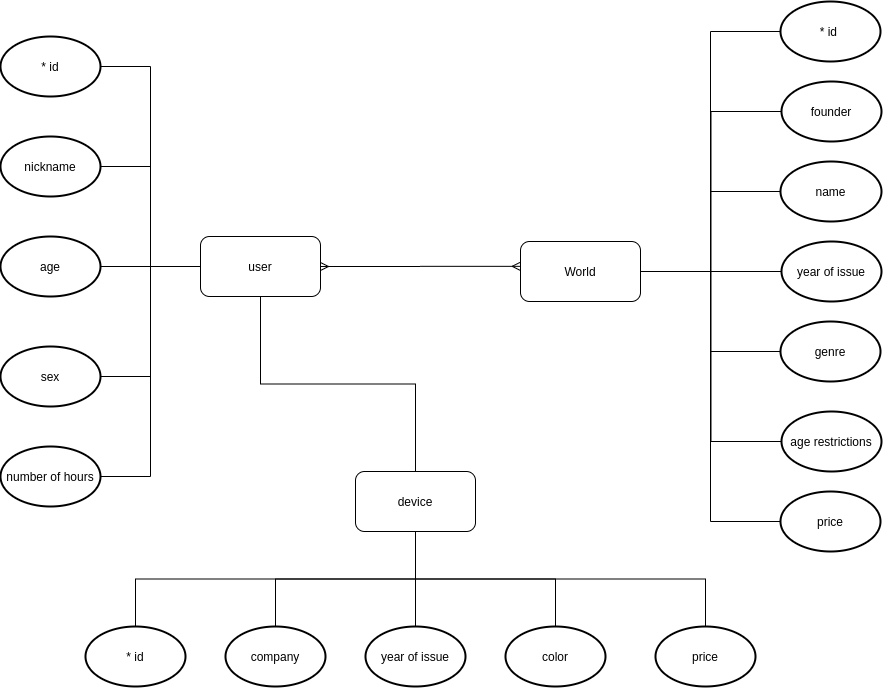
Earlier version of the draw.io export lab_01/ER-Diagram2.png (Sunshine-ki/BMSTU5_DB). Source tidied: cells renumbered, new cells last; positions are measured from the earlier drawing's top-left corner, leaving out a move shared by most shapes.
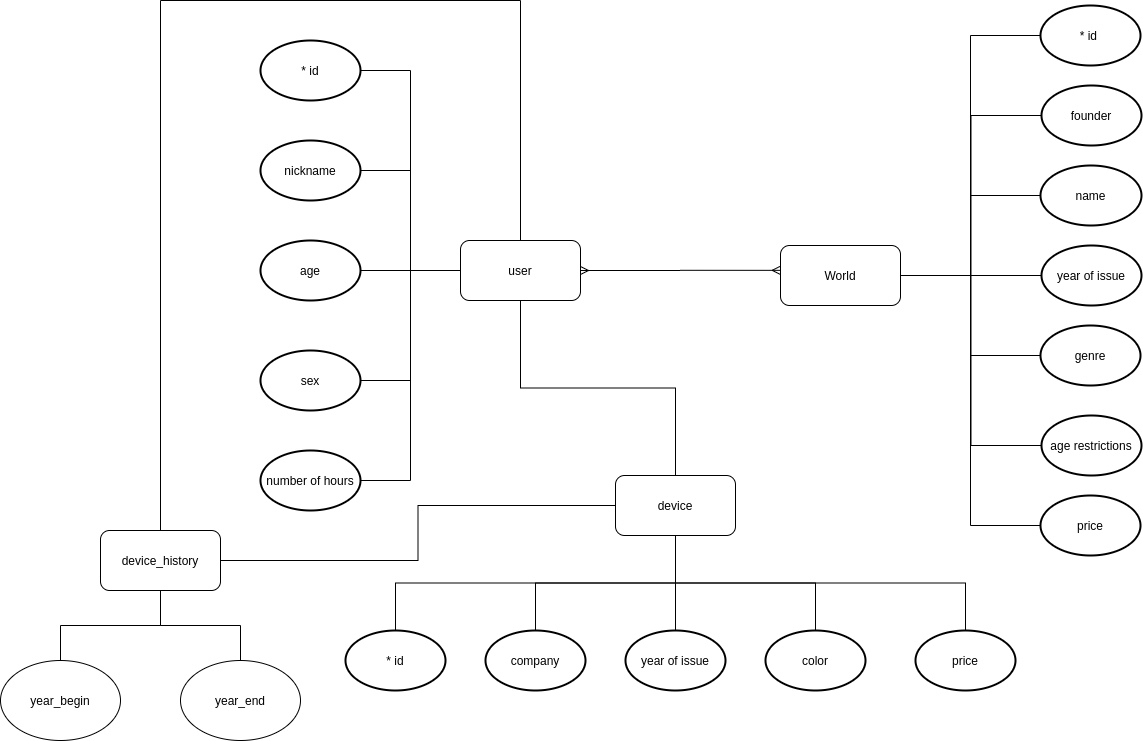
After the commit.

The edit, as a diff of the source:
```diff
@@ -119,5 +119,31 @@
     <mxCell id="40" value="company" style="strokeWidth=2;html=1;shape=mxgraph.flowchart.start_1;whiteSpace=wrap;" parent="1" vertex="1">
       <mxGeometry x="225" y="625" width="100" height="60" as="geometry" />
     </mxCell>
+    <mxCell id="41" value="year_end" style="ellipse;whiteSpace=wrap;html=1;" parent="1" vertex="1">
+      <mxGeometry x="-80" y="655" width="120" height="80" as="geometry" />
+    </mxCell>
+    <mxCell id="42" value="year_begin" style="ellipse;whiteSpace=wrap;html=1;" parent="1" vertex="1">
+      <mxGeometry x="-260" y="655" width="120" height="80" as="geometry" />
+    </mxCell>
+    <mxCell id="43" style="edgeStyle=orthogonalEdgeStyle;rounded=0;jettySize=auto;html=1;endArrow=none;endFill=0;" parent="1" edge="1" source="47" target="42">
+      <mxGeometry relative="1" as="geometry" />
+    </mxCell>
+    <mxCell id="44" style="edgeStyle=orthogonalEdgeStyle;rounded=0;jettySize=auto;html=1;exitX=0.5;exitY=1;exitDx=0;exitDy=0;entryX=0.5;entryY=0;entryDx=0;entryDy=0;endArrow=none;endFill=0;" parent="1" edge="1" source="47" target="41">
+      <mxGeometry relative="1" as="geometry" />
+    </mxCell>
+    <mxCell id="45" style="edgeStyle=orthogonalEdgeStyle;rounded=0;jettySize=auto;html=1;exitX=0.5;exitY=0;exitDx=0;exitDy=0;entryX=0.5;entryY=0;entryDx=0;entryDy=0;endArrow=none;endFill=0;" parent="1" edge="1" source="47" target="24">
+      <mxGeometry relative="1" as="geometry">
+        <Array as="points">
+          <mxPoint x="-100" y="-5" />
+          <mxPoint x="260" y="-5" />
+        </Array>
+      </mxGeometry>
+    </mxCell>
+    <mxCell id="46" style="edgeStyle=orthogonalEdgeStyle;rounded=0;jettySize=auto;html=1;exitX=1;exitY=0.5;exitDx=0;exitDy=0;entryX=0;entryY=0.5;entryDx=0;entryDy=0;endArrow=none;endFill=0;" parent="1" edge="1" source="47" target="35">
+      <mxGeometry relative="1" as="geometry" />
+    </mxCell>
+    <mxCell id="47" value="device_history" style="rounded=1;whiteSpace=wrap;html=1;" parent="1" vertex="1">
+      <mxGeometry x="-160" y="525" width="120" height="60" as="geometry" />
+    </mxCell>
   </root>
 </mxGraphModel>
```
